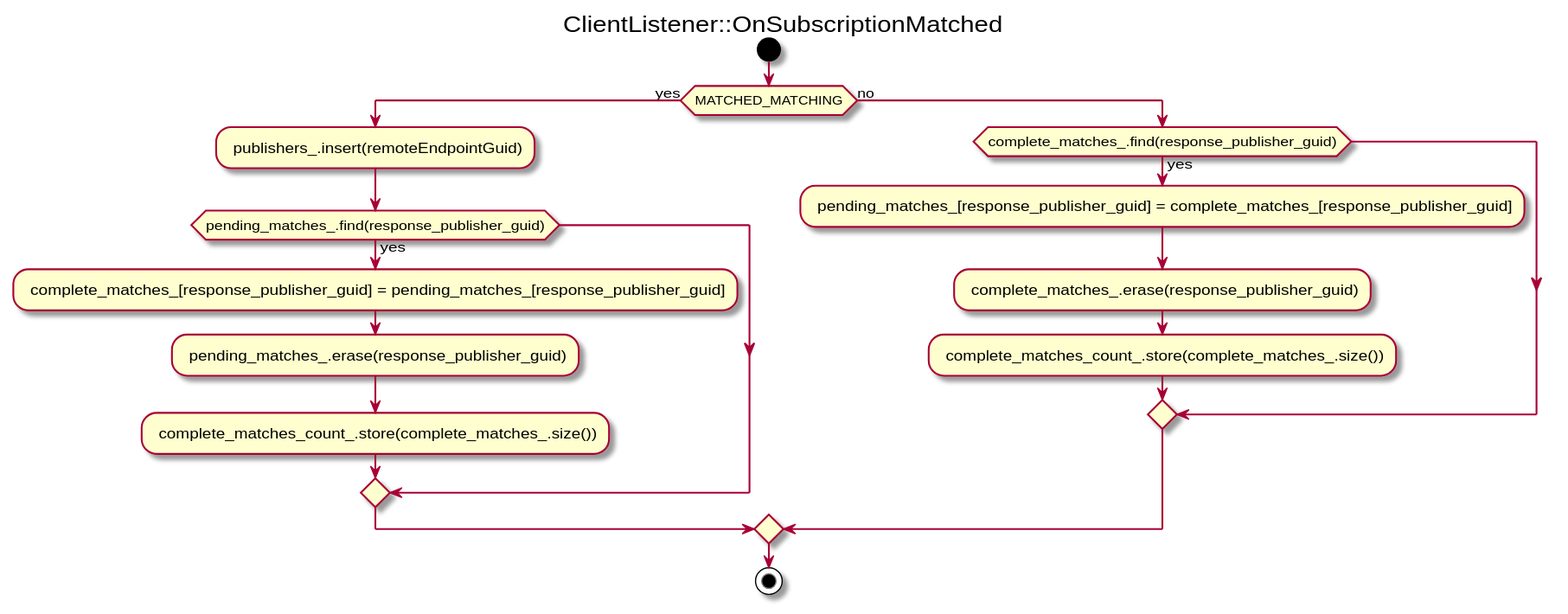
The PlantUML diagram design/service-discovery-images/ClientListener-OnSubscriptionMatched.svg in ros2/rmw_fastrtps, before a commit. Its diagram source:
```plantuml
@startuml
title ClientListener::OnSubscriptionMatched
start
if (MATCHED_MATCHING) then (yes)
  : publishers_.insert(remoteEndpointGuid);
  if (pending_matches_.find(response_publisher_guid)) then (yes)
    : complete_matches_[response_publisher_guid] = pending_matches_[response_publisher_guid];
    : pending_matches_.erase(response_publisher_guid);
    : complete_matches_count_.store(complete_matches_.size());
  endif
else (no)
  if (complete_matches_.find(response_publisher_guid)) then (yes)
    : pending_matches_[response_publisher_guid] = complete_matches_[response_publisher_guid];
    : complete_matches_.erase(response_publisher_guid);
    : complete_matches_count_.store(complete_matches_.size());
  endif
endif
stop
@enduml
```
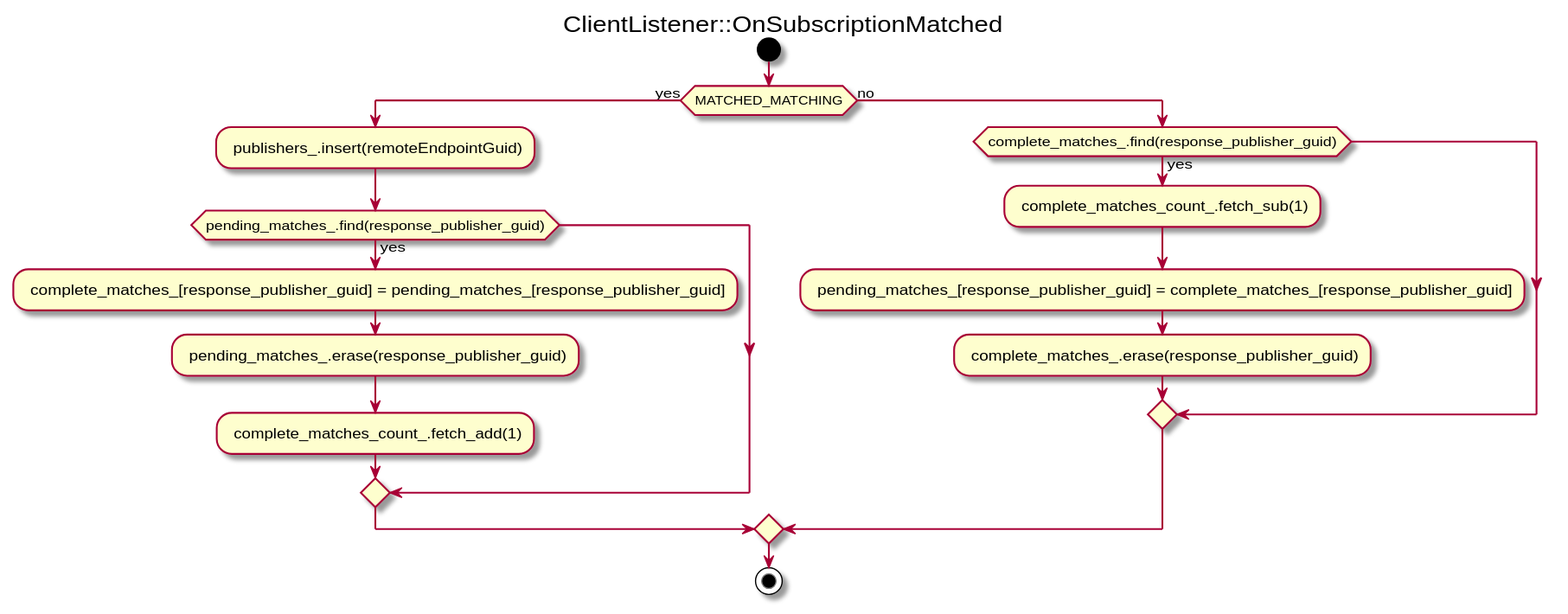
Above is the later version.

Commit message:
complete_matches_count_ tuning

Change to the diagram source:
```diff
@@ -6,13 +6,13 @@
   if (pending_matches_.find(response_publisher_guid)) then (yes)
     : complete_matches_[response_publisher_guid] = pending_matches_[response_publisher_guid];
     : pending_matches_.erase(response_publisher_guid);
-    : complete_matches_count_.store(complete_matches_.size());
+    : complete_matches_count_.fetch_add(1);
   endif
 else (no)
   if (complete_matches_.find(response_publisher_guid)) then (yes)
+    : complete_matches_count_.fetch_sub(1);
     : pending_matches_[response_publisher_guid] = complete_matches_[response_publisher_guid];
     : complete_matches_.erase(response_publisher_guid);
-    : complete_matches_count_.store(complete_matches_.size());
   endif
 endif
 stop
```
